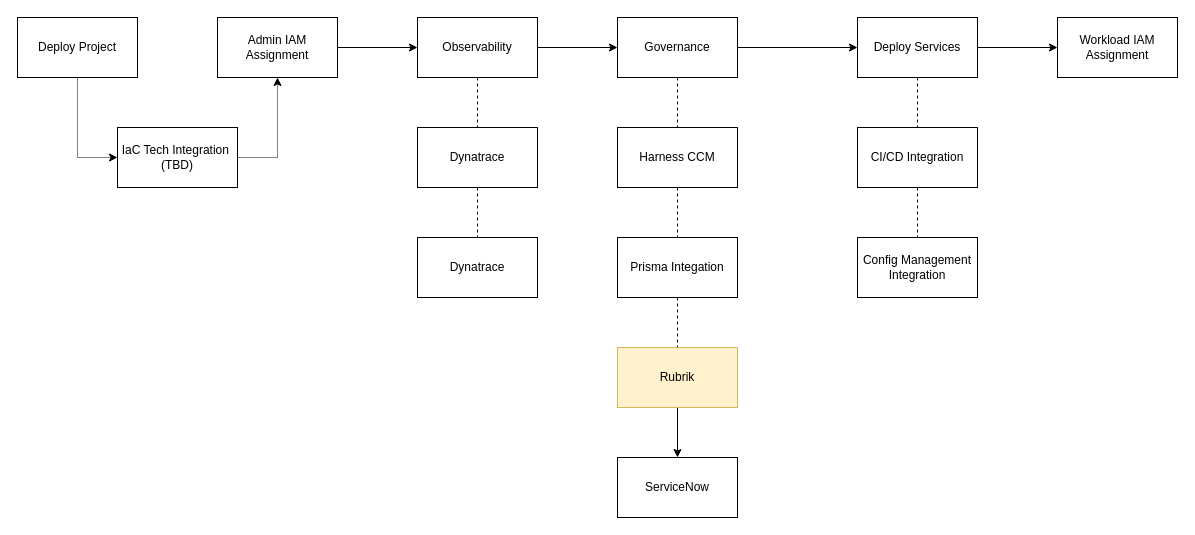
Above: page "Page-3" (3 of 3) of iac_cicd.drawio in bpayt2/temp (draw.io), before the change. Source tidied: cells renumbered, new cells numbered last; positions are measured from the earlier drawing's top-left corner, leaving out a move shared by most shapes. Both pictures are drawn from the tidied source at 100%, with x=0, y=0 at pixel (17, 17).
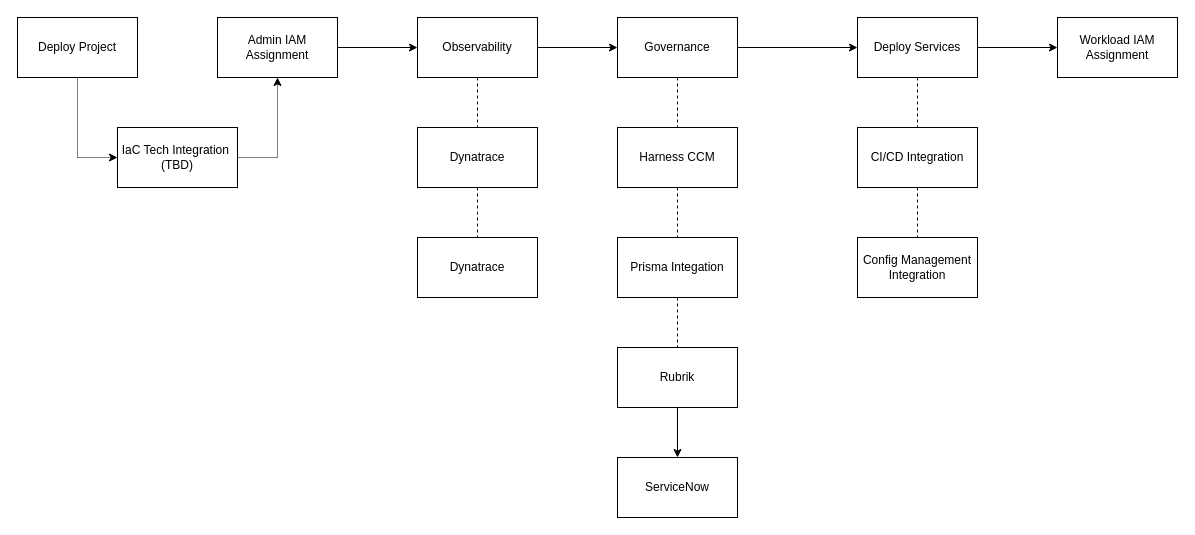
After the change.

What changed in the source:
```diff
@@
-    <mxCell id="21" value="Rubrik" style="rounded=0;whiteSpace=wrap;html=1;fillColor=#fff2cc;strokeColor=#d6b656;" parent="1" vertex="1">
+    <mxCell id="21" value="Rubrik" style="rounded=0;whiteSpace=wrap;html=1;" parent="1" vertex="1">
       <mxGeometry x="600" y="330" width="120" height="60" as="geometry" />
     </mxCell>
```
